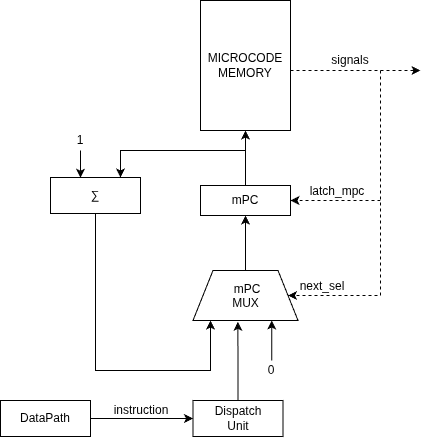
IlyaGorelov/meow keeps this draw.io diagram as controlunit.png. Above is the earlier version. Source tidied: cells renumbered, new cells last; positions are measured from the earlier drawing's top-left corner, leaving out a move shared by most shapes. Its diagram source:
```xml
<mxGraphModel>
  <root>
    <mxCell id="0" />
    <mxCell id="1" parent="0" />
    <mxCell id="2" style="rounded=0;jettySize=auto;html=1;entryX=0;entryY=0.5;entryDx=0;entryDy=0;defaultLabelBackgroundColor=page;" parent="1" edge="1" source="3" target="16">
      <mxGeometry x="0.15" relative="1" as="geometry" />
    </mxCell>
    <mxCell id="3" value="DataPath" style="rounded=0;whiteSpace=wrap;html=1;" parent="1" vertex="1">
      <mxGeometry y="400" width="90" height="36" as="geometry" />
    </mxCell>
    <mxCell id="4" value="instruction" style="text;html=1;whiteSpace=wrap;strokeColor=none;fillColor=none;align=center;verticalAlign=middle;rounded=0;" parent="1" vertex="1">
      <mxGeometry x="111" y="400" width="60" height="20" as="geometry" />
    </mxCell>
    <mxCell id="5" style="edgeStyle=orthogonalEdgeStyle;rounded=0;jettySize=auto;html=1;defaultLabelBackgroundColor=page;entryX=0.5;entryY=1;entryDx=0;entryDy=0;" parent="1" edge="1" source="6" target="8">
      <mxGeometry relative="1" as="geometry" />
    </mxCell>
    <mxCell id="6" value="mPC" style="rounded=0;whiteSpace=wrap;html=1;" parent="1" vertex="1">
      <mxGeometry x="200" y="185" width="90" height="30" as="geometry" />
    </mxCell>
    <mxCell id="7" style="edgeStyle=orthogonalEdgeStyle;rounded=0;jettySize=auto;html=1;defaultLabelBackgroundColor=page;dashed=1;" parent="1" edge="1" source="8">
      <mxGeometry x="-0.03" relative="1" as="geometry">
        <mxPoint x="420" y="70" as="targetPoint" />
        <Array as="points">
          <mxPoint x="410" y="70" />
        </Array>
      </mxGeometry>
    </mxCell>
    <mxCell id="8" value="MICROCODE&lt;div&gt;MEMORY&lt;/div&gt;" style="rounded=0;whiteSpace=wrap;html=1;" parent="1" vertex="1">
      <mxGeometry x="200" width="90" height="130" as="geometry" />
    </mxCell>
    <mxCell id="9" style="edgeStyle=orthogonalEdgeStyle;rounded=0;jettySize=auto;html=1;defaultLabelBackgroundColor=page;exitX=0.5;exitY=1;exitDx=0;exitDy=0;" parent="1" edge="1" source="10" target="15">
      <mxGeometry x="0.11" relative="1" as="geometry">
        <Array as="points">
          <mxPoint x="95" y="370" />
          <mxPoint x="210" y="370" />
        </Array>
      </mxGeometry>
    </mxCell>
    <mxCell id="10" value="∑" style="rounded=0;whiteSpace=wrap;html=1;" parent="1" vertex="1">
      <mxGeometry x="50" y="177" width="90" height="36" as="geometry" />
    </mxCell>
    <mxCell id="11" style="edgeStyle=orthogonalEdgeStyle;rounded=0;jettySize=auto;html=1;defaultLabelBackgroundColor=page;exitX=0.5;exitY=0;exitDx=0;exitDy=0;" parent="1" edge="1" source="6" target="10">
      <mxGeometry x="0.53" relative="1" as="geometry">
        <Array as="points">
          <mxPoint x="245" y="150" />
          <mxPoint x="120" y="150" />
        </Array>
      </mxGeometry>
    </mxCell>
    <mxCell id="12" style="endArrow=classic;html=1;rounded=0;defaultLabelBackgroundColor=page;entryX=0.333;entryY=0.006;entryDx=0;entryDy=0;entryPerimeter=0;" parent="1" edge="1" target="10">
      <mxGeometry relative="1" as="geometry">
        <mxPoint x="80" y="150" as="sourcePoint" />
      </mxGeometry>
    </mxCell>
    <mxCell id="13" value="1" style="text;html=1;whiteSpace=wrap;strokeColor=none;fillColor=none;align=center;verticalAlign=middle;rounded=0;" parent="1" vertex="1">
      <mxGeometry x="75" y="130" width="10" height="20" as="geometry" />
    </mxCell>
    <mxCell id="14" style="edgeStyle=orthogonalEdgeStyle;rounded=0;jettySize=auto;html=1;entryX=0.5;entryY=1;entryDx=0;entryDy=0;defaultLabelBackgroundColor=page;" parent="1" edge="1" source="15" target="6">
      <mxGeometry relative="1" as="geometry" />
    </mxCell>
    <mxCell id="15" value="&amp;nbsp;mPC&lt;div&gt;MUX&lt;/div&gt;" style="shape=trapezoid;perimeter=trapezoidPerimeter;whiteSpace=wrap;html=1;shapeInside=1;fixedSize=1;" parent="1" vertex="1">
      <mxGeometry x="192.5" y="270" width="105" height="50" as="geometry" />
    </mxCell>
    <mxCell id="16" value="Dispatch&lt;div&gt;Unit&lt;/div&gt;" style="rounded=0;whiteSpace=wrap;html=1;" parent="1" vertex="1">
      <mxGeometry x="192.5" y="400" width="90" height="36" as="geometry" />
    </mxCell>
    <mxCell id="17" style="edgeStyle=orthogonalEdgeStyle;rounded=0;jettySize=auto;html=1;entryX=0.427;entryY=1.027;entryDx=0;entryDy=0;entryPerimeter=0;defaultLabelBackgroundColor=page;" parent="1" edge="1" source="16" target="15">
      <mxGeometry x="0.01" relative="1" as="geometry" />
    </mxCell>
    <mxCell id="18" style="endArrow=classic;html=1;rounded=0;defaultLabelBackgroundColor=page;entryX=0.75;entryY=1;entryDx=0;entryDy=0;" parent="1" edge="1" target="15">
      <mxGeometry relative="1" as="geometry">
        <mxPoint x="271.2" y="360" as="sourcePoint" />
      </mxGeometry>
    </mxCell>
    <mxCell id="19" value="0" style="text;html=1;whiteSpace=wrap;strokeColor=none;fillColor=none;align=center;verticalAlign=middle;rounded=0;" parent="1" vertex="1">
      <mxGeometry x="266" y="360" width="10" height="20" as="geometry" />
    </mxCell>
    <mxCell id="20" value="signals" style="text;html=1;whiteSpace=wrap;strokeColor=none;fillColor=none;align=center;verticalAlign=middle;rounded=0;" parent="1" vertex="1">
      <mxGeometry x="320" y="50" width="60" height="20" as="geometry" />
    </mxCell>
    <mxCell id="21" style="endArrow=classic;html=1;rounded=0;defaultLabelBackgroundColor=page;entryX=1;entryY=0.5;entryDx=0;entryDy=0;dashed=1;exitX=1;exitY=1;exitDx=0;exitDy=0;" parent="1" edge="1" source="20" target="15">
      <mxGeometry relative="1" as="geometry">
        <Array as="points">
          <mxPoint x="380" y="295" />
        </Array>
      </mxGeometry>
    </mxCell>
    <mxCell id="22" value="next_sel" style="text;html=1;whiteSpace=wrap;strokeColor=none;fillColor=none;align=center;verticalAlign=middle;rounded=0;" parent="1" vertex="1">
      <mxGeometry x="292" y="276" width="60" height="20" as="geometry" />
    </mxCell>
    <mxCell id="23" style="endArrow=classic;html=1;rounded=0;defaultLabelBackgroundColor=page;labelPadding=0 4;entryX=1;entryY=0.5;entryDx=0;entryDy=0;dashed=1;" parent="1" edge="1" target="6">
      <mxGeometry relative="1" as="geometry">
        <mxPoint x="380" y="200" as="sourcePoint" />
      </mxGeometry>
    </mxCell>
    <mxCell id="24" value="latch_mpc" style="text;html=1;whiteSpace=wrap;strokeColor=none;fillColor=none;align=center;verticalAlign=middle;rounded=0;" parent="1" vertex="1">
      <mxGeometry x="307" y="181" width="60" height="20" as="geometry" />
    </mxCell>
  </root>
</mxGraphModel>
```
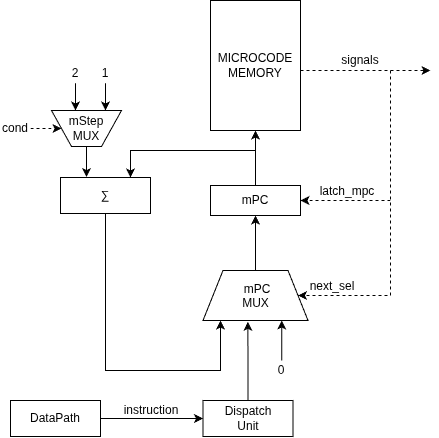
Later version of the same file.

Diff of the diagram source:
```diff
@@ -47,13 +47,14 @@
         </Array>
       </mxGeometry>
     </mxCell>
-    <mxCell id="12" style="endArrow=classic;html=1;rounded=0;defaultLabelBackgroundColor=page;entryX=0.333;entryY=0.006;entryDx=0;entryDy=0;entryPerimeter=0;" parent="1" edge="1" target="10">
+    <mxCell id="12" style="endArrow=classic;html=1;rounded=0;defaultLabelBackgroundColor=page;entryX=0.333;entryY=0.006;entryDx=0;entryDy=0;entryPerimeter=0;" parent="1" edge="1">
       <mxGeometry relative="1" as="geometry">
-        <mxPoint x="80" y="150" as="sourcePoint" />
+        <mxPoint x="95" y="82.8" as="sourcePoint" />
+        <mxPoint x="95" y="110" as="targetPoint" />
       </mxGeometry>
     </mxCell>
     <mxCell id="13" value="1" style="text;html=1;whiteSpace=wrap;strokeColor=none;fillColor=none;align=center;verticalAlign=middle;rounded=0;" parent="1" vertex="1">
-      <mxGeometry x="75" y="130" width="10" height="20" as="geometry" />
+      <mxGeometry x="90" y="62.8" width="10" height="20" as="geometry" />
     </mxCell>
     <mxCell id="14" style="edgeStyle=orthogonalEdgeStyle;rounded=0;jettySize=auto;html=1;entryX=0.5;entryY=1;entryDx=0;entryDy=0;defaultLabelBackgroundColor=page;" parent="1" edge="1" source="15" target="6">
       <mxGeometry relative="1" as="geometry" />
@@ -96,5 +97,28 @@
     <mxCell id="24" value="latch_mpc" style="text;html=1;whiteSpace=wrap;strokeColor=none;fillColor=none;align=center;verticalAlign=middle;rounded=0;" parent="1" vertex="1">
       <mxGeometry x="307" y="181" width="60" height="20" as="geometry" />
     </mxCell>
+    <mxCell id="25" value="mStep&lt;div&gt;MUX&lt;/div&gt;" style="shape=trapezoid;perimeter=trapezoidPerimeter;whiteSpace=wrap;html=1;shapeInside=1;fixedSize=1;direction=west;" parent="1" vertex="1">
+      <mxGeometry x="41" y="110" width="70" height="36" as="geometry" />
+    </mxCell>
+    <mxCell id="26" style="edgeStyle=orthogonalEdgeStyle;rounded=0;jettySize=auto;html=1;entryX=0.289;entryY=-0.011;entryDx=0;entryDy=0;entryPerimeter=0;defaultLabelBackgroundColor=page;labelPadding=0 4;" parent="1" edge="1" source="25" target="10">
+      <mxGeometry x="-0.3" relative="1" as="geometry" />
+    </mxCell>
+    <mxCell id="27" style="endArrow=classic;html=1;rounded=0;defaultLabelBackgroundColor=page;entryX=0.333;entryY=0.006;entryDx=0;entryDy=0;entryPerimeter=0;" parent="1" edge="1">
+      <mxGeometry relative="1" as="geometry">
+        <mxPoint x="65" y="82.8" as="sourcePoint" />
+        <mxPoint x="65" y="110" as="targetPoint" />
+      </mxGeometry>
+    </mxCell>
+    <mxCell id="28" value="2" style="text;html=1;whiteSpace=wrap;strokeColor=none;fillColor=none;align=center;verticalAlign=middle;rounded=0;" parent="1" vertex="1">
+      <mxGeometry x="60" y="62.8" width="10" height="20" as="geometry" />
+    </mxCell>
+    <mxCell id="29" style="endArrow=classic;html=1;rounded=0;defaultLabelBackgroundColor=page;labelPadding=0 4;entryX=1;entryY=0.5;entryDx=0;entryDy=0;dashed=1;" parent="1" edge="1" target="25">
+      <mxGeometry relative="1" as="geometry">
+        <mxPoint x="20" y="128" as="sourcePoint" />
+      </mxGeometry>
+    </mxCell>
+    <mxCell id="30" value="cond" style="text;html=1;whiteSpace=wrap;strokeColor=none;fillColor=none;align=center;verticalAlign=middle;rounded=0;" parent="1" vertex="1">
+      <mxGeometry x="-10" y="118" width="30" height="20" as="geometry" />
+    </mxCell>
   </root>
 </mxGraphModel>
```
